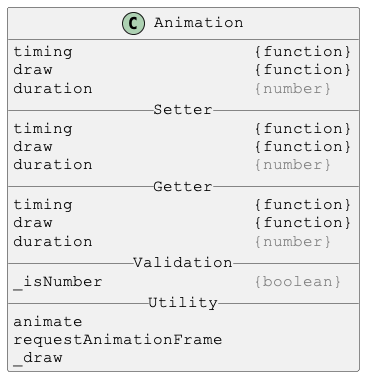
Justin-Byrne/canvasLab keeps this PlantUML diagram as docs/PlantUml/images/Animation.png. Above is the earlier version.
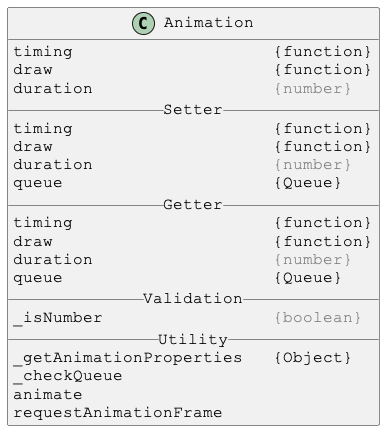
Later version of the same file.

Change to the diagram source:
```diff
@@ -4,23 +4,26 @@
 skinparam DefaultFontName Courier New
 
 class Animation {
-timing                  {function}
-draw                    {function}
-duration                <color:gray>{number}</color>
+timing                    {function}
+draw                      {function}
+duration                  <color:gray>{number}</color>
 __ Setter __
-timing                  {function}
-draw                    {function}
-duration                <color:gray>{number}</color>
+timing                    {function}
+draw                      {function}
+duration                  <color:gray>{number}</color>
+queue                     {Queue}
 __ Getter __
-timing                  {function}
-draw                    {function}
-duration                <color:gray>{number}</color>
+timing                    {function}
+draw                      {function}
+duration                  <color:gray>{number}</color>
+queue                     {Queue}
 __ Validation __
-_isNumber               <color:gray>{boolean}</color>
+_isNumber                 <color:gray>{boolean}</color>
 __ Utility __
+_getAnimationProperties   {Object}
+_checkQueue
 animate
 requestAnimationFrame
-_draw
 }
 
 @enduml
```
